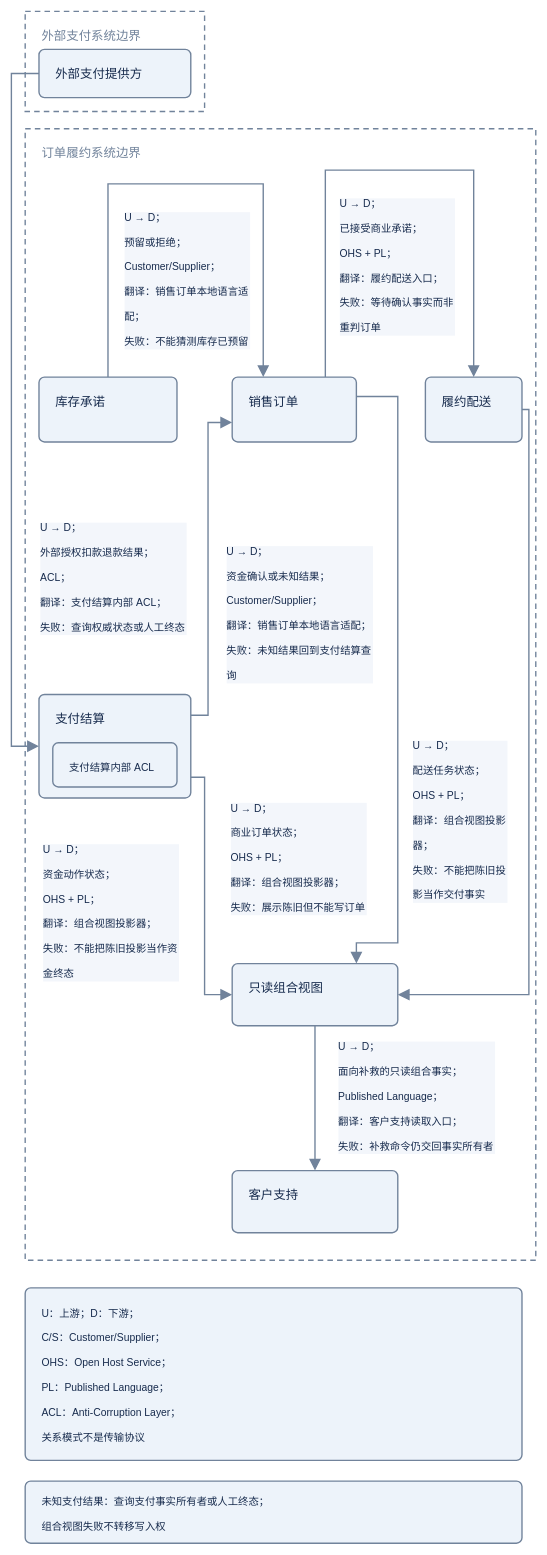
This is diagrams/ddd-01-strategic-ddd-context-map.drawio from sealday/tego-arch, a draw.io file, before an edit. Source tidied: cells renumbered, new cells numbered last; positions are measured from the earlier drawing's top-left corner, leaving out a move shared by most shapes. Both pictures are drawn from the tidied source at 69%, with x=0, y=0 at pixel (11, 11).
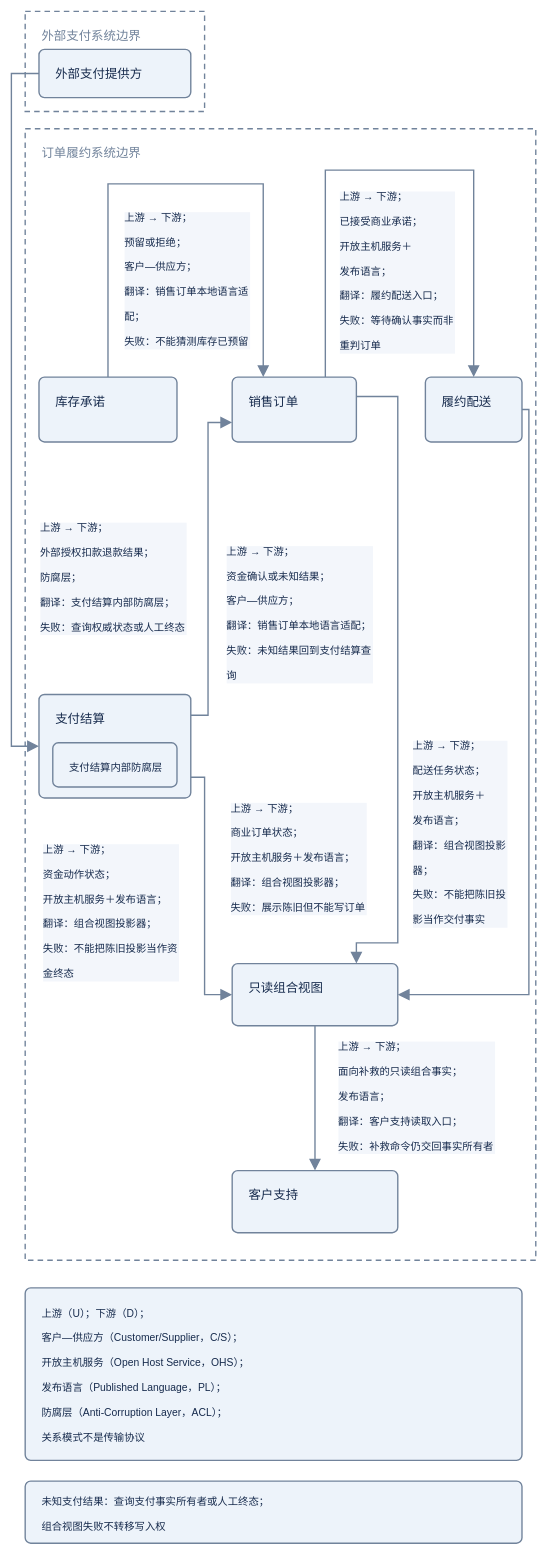
The same page after the edit.

The change refers to these unchanged cells:
```xml
<mxCell id="12" value="销售订单" style="fontFamily=Noto Sans SC;fontColor=#172b4d;fontSize=18;html=0;whiteSpace=nowrap;rounded=1;arcSize=16;strokeColor=#71839b;strokeWidth=2;fillColor=#edf3fa;align=left;verticalAlign=top;spacingLeft=24;spacingTop=20;shape=rectangle;convertToSvg=1;fontStyle=0;spacing=0;spacingRight=24;spacingBottom=14;absoluteArcSize=1;" parent="1" vertex="1">
  <mxGeometry x="320" y="530" width="180" height="94" as="geometry" />
</mxCell>
<mxCell id="13" value="库存承诺" style="fontFamily=Noto Sans SC;fontColor=#172b4d;fontSize=18;html=0;whiteSpace=nowrap;rounded=1;arcSize=16;strokeColor=#71839b;strokeWidth=2;fillColor=#edf3fa;align=left;verticalAlign=top;spacingLeft=24;spacingTop=20;shape=rectangle;convertToSvg=1;fontStyle=0;spacing=0;spacingRight=24;spacingBottom=14;absoluteArcSize=1;" parent="1" vertex="1">
  <mxGeometry x="40" y="530" width="200" height="94" as="geometry" />
</mxCell>
<mxCell id="14" value="支付结算" style="fontFamily=Noto Sans SC;fontColor=#172b4d;fontSize=18;html=0;whiteSpace=nowrap;rounded=1;arcSize=16;strokeColor=#71839b;strokeWidth=2;fillColor=#edf3fa;align=left;verticalAlign=top;spacingLeft=24;spacingTop=20;shape=rectangle;convertToSvg=1;fontStyle=0;spacing=0;spacingRight=24;spacingBottom=14;absoluteArcSize=1;" parent="1" vertex="1">
  <mxGeometry x="40" y="990" width="220" height="150" as="geometry" />
</mxCell>
<mxCell id="15" value="履约配送" style="fontFamily=Noto Sans SC;fontColor=#172b4d;fontSize=18;html=0;whiteSpace=nowrap;rounded=1;arcSize=16;strokeColor=#71839b;strokeWidth=2;fillColor=#edf3fa;align=left;verticalAlign=top;spacingLeft=24;spacingTop=20;shape=rectangle;convertToSvg=1;fontStyle=0;spacing=0;spacingRight=24;spacingBottom=14;absoluteArcSize=1;" parent="1" vertex="1">
  <mxGeometry x="600" y="530" width="140" height="94" as="geometry" />
</mxCell>
<mxCell id="16" value="客户支持" style="fontFamily=Noto Sans SC;fontColor=#172b4d;fontSize=18;html=0;whiteSpace=nowrap;rounded=1;arcSize=16;strokeColor=#71839b;strokeWidth=2;fillColor=#edf3fa;align=left;verticalAlign=top;spacingLeft=24;spacingTop=20;shape=rectangle;convertToSvg=1;fontStyle=0;spacing=0;spacingRight=24;spacingBottom=14;absoluteArcSize=1;" parent="1" vertex="1">
  <mxGeometry x="320" y="1680" width="240" height="90" as="geometry" />
</mxCell>
<mxCell id="17" value="只读组合视图" style="fontFamily=Noto Sans SC;fontColor=#172b4d;fontSize=18;html=0;whiteSpace=nowrap;rounded=1;arcSize=16;strokeColor=#71839b;strokeWidth=2;fillColor=#edf3fa;align=left;verticalAlign=top;spacingLeft=24;spacingTop=20;shape=rectangle;convertToSvg=1;fontStyle=0;spacing=0;spacingRight=24;spacingBottom=14;absoluteArcSize=1;" parent="1" vertex="1">
  <mxGeometry x="320" y="1380" width="240" height="90" as="geometry" />
</mxCell>
<mxCell id="18" value="外部支付提供方" style="fontFamily=Noto Sans SC;fontColor=#172b4d;fontSize=18;html=0;whiteSpace=nowrap;rounded=1;arcSize=16;strokeColor=#71839b;strokeWidth=2;fillColor=#edf3fa;align=left;verticalAlign=top;spacingLeft=24;spacingTop=20;shape=rectangle;convertToSvg=1;fontStyle=0;spacing=0;spacingRight=24;spacingBottom=14;absoluteArcSize=1;" parent="1" vertex="1">
  <mxGeometry x="40" y="55" width="220" height="70" as="geometry" />
</mxCell>
```

Change to the diagram source:
```diff
@@
-    <mxCell id="4" value="U → D；&#10;&#10;预留或拒绝；&#10;&#10;Customer/Supplier；&#10;&#10;翻译：销售订单本地语言适&#10;&#10;配；&#10;&#10;失败：不能猜测库存已预留" style="html=0;whiteSpace=nowrap;fontFamily=Noto Sans SC;fontSize=15;fontColor=#172b4d;labelBackgroundColor=#f3f6fb;align=left;verticalAlign=top;labelWidth=185;endArrow=block;startArrow=none;endFill=1;endSize=12;strokeColor=#71839b;strokeWidth=2;exitX=0.5;exitY=0;entryX=0.25;entryY=0;rounded=0;shape=connector;convertToSvg=1;fontStyle=0;spacing=0;spacingLeft=0;spacingTop=0;spacingRight=0;spacingBottom=0;labelPadding=7;" parent="1" edge="1" source="13" target="12">
+    <mxCell id="4" value="上游 → 下游；&#10;&#10;预留或拒绝；&#10;&#10;客户—供应方；&#10;&#10;翻译：销售订单本地语言适&#10;&#10;配；&#10;&#10;失败：不能猜测库存已预留" style="html=0;whiteSpace=nowrap;fontFamily=Noto Sans SC;fontSize=15;fontColor=#172b4d;labelBackgroundColor=#f3f6fb;align=left;verticalAlign=top;labelWidth=185;endArrow=block;startArrow=none;endFill=1;endSize=12;strokeColor=#71839b;strokeWidth=2;exitX=0.5;exitY=0;entryX=0.25;entryY=0;rounded=0;shape=connector;convertToSvg=1;fontStyle=0;spacing=0;spacingLeft=0;spacingTop=0;spacingRight=0;spacingBottom=0;labelPadding=7;" parent="1" edge="1" source="13" target="12">
       <mxGeometry relative="1" as="geometry">
         <Array as="points">
           <mxPoint x="140" y="250" />
           <mxPoint x="365" y="250" />
         </Array>
         <mxPoint x="-89" y="35" as="offset" />
       </mxGeometry>
     </mxCell>
-    <mxCell id="5" value="U → D；&#10;&#10;资金确认或未知结果；&#10;&#10;Customer/Supplier；&#10;&#10;翻译：销售订单本地语言适配；&#10;&#10;失败：未知结果回到支付结算查&#10;&#10;询" style="html=0;whiteSpace=nowrap;fontFamily=Noto Sans SC;fontSize=15;fontColor=#172b4d;labelBackgroundColor=#f3f6fb;align=left;verticalAlign=top;labelWidth=214;endArrow=block;startArrow=none;endFill=1;endSize=12;strokeColor=#71839b;strokeWidth=2;exitX=1;exitY=0.2;entryX=0;entryY=0.7;rounded=0;shape=connector;convertToSvg=1;fontStyle=0;spacing=0;spacingLeft=0;spacingTop=0;spacingRight=0;spacingBottom=0;labelPadding=7;" parent="1" edge="1" source="14" target="12">
+    <mxCell id="5" value="上游 → 下游；&#10;&#10;资金确认或未知结果；&#10;&#10;客户—供应方；&#10;&#10;翻译：销售订单本地语言适配；&#10;&#10;失败：未知结果回到支付结算查&#10;&#10;询" style="html=0;whiteSpace=nowrap;fontFamily=Noto Sans SC;fontSize=15;fontColor=#172b4d;labelBackgroundColor=#f3f6fb;align=left;verticalAlign=top;labelWidth=214;endArrow=block;startArrow=none;endFill=1;endSize=12;strokeColor=#71839b;strokeWidth=2;exitX=1;exitY=0.2;entryX=0;entryY=0.7;rounded=0;shape=connector;convertToSvg=1;fontStyle=0;spacing=0;spacingLeft=0;spacingTop=0;spacingRight=0;spacingBottom=0;labelPadding=7;" parent="1" edge="1" source="14" target="12">
       <mxGeometry relative="1" as="geometry">
         <Array as="points">
           <mxPoint x="285" y="1020" />
           <mxPoint x="285" y="595.8" />
         </Array>
         <mxPoint x="27" y="-34" as="offset" />
       </mxGeometry>
     </mxCell>
-    <mxCell id="6" value="U → D；&#10;&#10;已接受商业承诺；&#10;&#10;OHS + PL；&#10;&#10;翻译：履约配送入口；&#10;&#10;失败：等待确认事实而非&#10;&#10;重判订单" style="html=0;whiteSpace=nowrap;fontFamily=Noto Sans SC;fontSize=15;fontColor=#172b4d;labelBackgroundColor=#f3f6fb;align=left;verticalAlign=top;labelWidth=170;endArrow=block;startArrow=none;endFill=1;endSize=12;strokeColor=#71839b;strokeWidth=2;exitX=0.75;exitY=0;entryX=0.5;entryY=0;rounded=0;shape=connector;convertToSvg=1;fontStyle=0;spacing=0;spacingLeft=0;spacingTop=0;spacingRight=0;spacingBottom=0;labelPadding=7;" parent="1" edge="1" source="12" target="15">
+    <mxCell id="6" value="上游 → 下游；&#10;&#10;已接受商业承诺；&#10;&#10;开放主机服务＋&#10;&#10;发布语言；&#10;&#10;翻译：履约配送入口；&#10;&#10;失败：等待确认事实而非&#10;&#10;重判订单" style="html=0;whiteSpace=nowrap;fontFamily=Noto Sans SC;fontSize=15;fontColor=#172b4d;labelBackgroundColor=#f3f6fb;align=left;verticalAlign=top;labelWidth=170;endArrow=block;startArrow=none;endFill=1;endSize=12;strokeColor=#71839b;strokeWidth=2;exitX=0.75;exitY=0;entryX=0.5;entryY=0;rounded=0;shape=connector;convertToSvg=1;fontStyle=0;spacing=0;spacingLeft=0;spacingTop=0;spacingRight=0;spacingBottom=0;labelPadding=7;" parent="1" edge="1" source="12" target="15">
       <mxGeometry relative="1" as="geometry">
         <Array as="points">
           <mxPoint x="455" y="230" />
           <mxPoint x="670" y="230" />
         </Array>
-        <mxPoint x="-87" y="35" as="offset" />
+        <mxPoint x="-87" y="25" as="offset" />
       </mxGeometry>
     </mxCell>
-    <mxCell id="7" value="U → D；&#10;&#10;外部授权扣款退款结果；&#10;&#10;ACL；&#10;&#10;翻译：支付结算内部 ACL；&#10;&#10;失败：查询权威状态或人工终态" style="html=0;whiteSpace=nowrap;fontFamily=Noto Sans SC;fontSize=15;fontColor=#172b4d;labelBackgroundColor=#f3f6fb;align=left;verticalAlign=top;labelWidth=215;endArrow=block;startArrow=none;endFill=1;endSize=12;strokeColor=#71839b;strokeWidth=2;exitX=0;exitY=0.5;entryX=0;entryY=0.5;rounded=0;shape=connector;convertToSvg=1;fontStyle=0;spacing=0;spacingLeft=0;spacingTop=0;spacingRight=0;spacingBottom=0;labelPadding=7;" parent="1" edge="1" source="18" target="14">
+    <mxCell id="7" value="上游 → 下游；&#10;&#10;外部授权扣款退款结果；&#10;&#10;防腐层；&#10;&#10;翻译：支付结算内部防腐层；&#10;&#10;失败：查询权威状态或人工终态" style="html=0;whiteSpace=nowrap;fontFamily=Noto Sans SC;fontSize=15;fontColor=#172b4d;labelBackgroundColor=#f3f6fb;align=left;verticalAlign=top;labelWidth=215;endArrow=block;startArrow=none;endFill=1;endSize=12;strokeColor=#71839b;strokeWidth=2;exitX=0;exitY=0.5;entryX=0;entryY=0.5;rounded=0;shape=connector;convertToSvg=1;fontStyle=0;spacing=0;spacingLeft=0;spacingTop=0;spacingRight=0;spacingBottom=0;labelPadding=7;" parent="1" edge="1" source="18" target="14">
       <mxGeometry relative="1" as="geometry">
         <Array as="points">
           <mxPoint y="90" />
           <mxPoint y="1065" />
         </Array>
         <mxPoint x="42" y="157" as="offset" />
       </mxGeometry>
     </mxCell>
-    <mxCell id="8" value="U → D；&#10;&#10;商业订单状态；&#10;&#10;OHS + PL；&#10;&#10;翻译：组合视图投影器；&#10;&#10;失败：展示陈旧但不能写订单" style="html=0;whiteSpace=nowrap;fontFamily=Noto Sans SC;fontSize=15;fontColor=#172b4d;labelBackgroundColor=#f3f6fb;align=left;verticalAlign=top;labelWidth=210;endArrow=block;startArrow=none;endFill=1;endSize=12;strokeColor=#71839b;strokeWidth=2;exitX=1;exitY=0.3;entryX=0.75;entryY=0;rounded=0;shape=connector;convertToSvg=1;fontStyle=0;spacing=0;spacingLeft=0;spacingTop=0;spacingRight=0;spacingBottom=0;labelPadding=7;" parent="1" edge="1" source="12" target="17">
+    <mxCell id="8" value="上游 → 下游；&#10;&#10;商业订单状态；&#10;&#10;开放主机服务＋发布语言；&#10;&#10;翻译：组合视图投影器；&#10;&#10;失败：展示陈旧但不能写订单" style="html=0;whiteSpace=nowrap;fontFamily=Noto Sans SC;fontSize=15;fontColor=#172b4d;labelBackgroundColor=#f3f6fb;align=left;verticalAlign=top;labelWidth=210;endArrow=block;startArrow=none;endFill=1;endSize=12;strokeColor=#71839b;strokeWidth=2;exitX=1;exitY=0.3;entryX=0.75;entryY=0;rounded=0;shape=connector;convertToSvg=1;fontStyle=0;spacing=0;spacingLeft=0;spacingTop=0;spacingRight=0;spacingBottom=0;labelPadding=7;" parent="1" edge="1" source="12" target="17">
       <mxGeometry relative="1" as="geometry">
         <Array as="points">
           <mxPoint x="560" y="558.2" />
           <mxPoint x="560" y="1350" />
           <mxPoint x="500" y="1350" />
         </Array>
         <mxPoint x="-242" y="172" as="offset" />
       </mxGeometry>
     </mxCell>
-    <mxCell id="9" value="U → D；&#10;&#10;资金动作状态；&#10;&#10;OHS + PL；&#10;&#10;翻译：组合视图投影器；&#10;&#10;失败：不能把陈旧投影当作资&#10;&#10;金终态" style="html=0;whiteSpace=nowrap;fontFamily=Noto Sans SC;fontSize=15;fontColor=#172b4d;labelBackgroundColor=#f3f6fb;align=left;verticalAlign=top;labelWidth=208;endArrow=block;startArrow=none;endFill=1;endSize=12;strokeColor=#71839b;strokeWidth=2;exitX=1;exitY=0.8;entryX=0;entryY=0.5;rounded=0;shape=connector;convertToSvg=1;fontStyle=0;spacing=0;spacingLeft=0;spacingTop=0;spacingRight=0;spacingBottom=0;labelPadding=7;" parent="1" edge="1" source="14" target="17">
+    <mxCell id="9" value="上游 → 下游；&#10;&#10;资金动作状态；&#10;&#10;开放主机服务＋发布语言；&#10;&#10;翻译：组合视图投影器；&#10;&#10;失败：不能把陈旧投影当作资&#10;&#10;金终态" style="html=0;whiteSpace=nowrap;fontFamily=Noto Sans SC;fontSize=15;fontColor=#172b4d;labelBackgroundColor=#f3f6fb;align=left;verticalAlign=top;labelWidth=208;endArrow=block;startArrow=none;endFill=1;endSize=12;strokeColor=#71839b;strokeWidth=2;exitX=1;exitY=0.8;entryX=0;entryY=0.5;rounded=0;shape=connector;convertToSvg=1;fontStyle=0;spacing=0;spacingLeft=0;spacingTop=0;spacingRight=0;spacingBottom=0;labelPadding=7;" parent="1" edge="1" source="14" target="17">
       <mxGeometry relative="1" as="geometry">
         <Array as="points">
           <mxPoint x="280" y="1110" />
           <mxPoint x="280" y="1425" />
         </Array>
         <mxPoint x="-234" y="-77" as="offset" />
       </mxGeometry>
     </mxCell>
-    <mxCell id="10" value="U → D；&#10;&#10;配送任务状态；&#10;&#10;OHS + PL；&#10;&#10;翻译：组合视图投影&#10;&#10;器；&#10;&#10;失败：不能把陈旧投&#10;&#10;影当作交付事实" style="html=0;whiteSpace=nowrap;fontFamily=Noto Sans SC;fontSize=15;fontColor=#172b4d;labelBackgroundColor=#f3f6fb;align=left;verticalAlign=top;labelWidth=140;endArrow=block;startArrow=none;endFill=1;endSize=12;strokeColor=#71839b;strokeWidth=2;exitX=1;exitY=0.5;entryX=1;entryY=0.5;rounded=0;shape=connector;convertToSvg=1;fontStyle=0;spacing=0;spacingLeft=0;spacingTop=0;spacingRight=0;spacingBottom=0;labelPadding=7;" parent="1" edge="1" source="15" target="17">
+    <mxCell id="10" value="上游 → 下游；&#10;&#10;配送任务状态；&#10;&#10;开放主机服务＋&#10;&#10;发布语言；&#10;&#10;翻译：组合视图投影&#10;&#10;器；&#10;&#10;失败：不能把陈旧投&#10;&#10;影当作交付事实" style="html=0;whiteSpace=nowrap;fontFamily=Noto Sans SC;fontSize=15;fontColor=#172b4d;labelBackgroundColor=#f3f6fb;align=left;verticalAlign=top;labelWidth=140;endArrow=block;startArrow=none;endFill=1;endSize=12;strokeColor=#71839b;strokeWidth=2;exitX=1;exitY=0.5;entryX=1;entryY=0.5;rounded=0;shape=connector;convertToSvg=1;fontStyle=0;spacing=0;spacingLeft=0;spacingTop=0;spacingRight=0;spacingBottom=0;labelPadding=7;" parent="1" edge="1" source="15" target="17">
       <mxGeometry relative="1" as="geometry">
         <Array as="points">
           <mxPoint x="750" y="577" />
           <mxPoint x="750" y="1425" />
         </Array>
         <mxPoint x="-168" y="-40" as="offset" />
       </mxGeometry>
     </mxCell>
-    <mxCell id="11" value="U → D；&#10;&#10;面向补救的只读组合事实；&#10;&#10;Published Language；&#10;&#10;翻译：客户支持读取入口；&#10;&#10;失败：补救命令仍交回事实所有者" style="html=0;whiteSpace=nowrap;fontFamily=Noto Sans SC;fontSize=15;fontColor=#172b4d;labelBackgroundColor=#f3f6fb;align=left;verticalAlign=top;labelWidth=248;endArrow=block;startArrow=none;endFill=1;endSize=12;strokeColor=#71839b;strokeWidth=2;exitX=0.5;exitY=1;entryX=0.5;entryY=0;rounded=0;shape=connector;convertToSvg=1;fontStyle=0;spacing=0;spacingLeft=0;spacingTop=0;spacingRight=0;spacingBottom=0;labelPadding=7;" parent="1" edge="1" source="17" target="16">
+    <mxCell id="11" value="上游 → 下游；&#10;&#10;面向补救的只读组合事实；&#10;&#10;发布语言；&#10;&#10;翻译：客户支持读取入口；&#10;&#10;失败：补救命令仍交回事实所有者" style="html=0;whiteSpace=nowrap;fontFamily=Noto Sans SC;fontSize=15;fontColor=#172b4d;labelBackgroundColor=#f3f6fb;align=left;verticalAlign=top;labelWidth=248;endArrow=block;startArrow=none;endFill=1;endSize=12;strokeColor=#71839b;strokeWidth=2;exitX=0.5;exitY=1;entryX=0.5;entryY=0;rounded=0;shape=connector;convertToSvg=1;fontStyle=0;spacing=0;spacingLeft=0;spacingTop=0;spacingRight=0;spacingBottom=0;labelPadding=7;" parent="1" edge="1" source="17" target="16">
       <mxGeometry relative="1" as="geometry">
         <Array as="points">
           <mxPoint x="440" y="1570" />
         </Array>
         <mxPoint x="34" y="-88" as="offset" />
       </mxGeometry>
     </mxCell>
@@
-    <mxCell id="19" value="支付结算内部 ACL" style="fontFamily=Noto Sans SC;fontColor=#172b4d;fontSize=15;html=0;whiteSpace=nowrap;rounded=1;arcSize=16;strokeColor=#71839b;strokeWidth=2;fillColor=#edf3fa;align=left;verticalAlign=top;spacingLeft=24;spacingTop=23;shape=rectangle;convertToSvg=1;fontStyle=0;spacing=0;spacingRight=24;spacingBottom=14;absoluteArcSize=1;" parent="1" vertex="1">
+    <mxCell id="19" value="支付结算内部防腐层" style="fontFamily=Noto Sans SC;fontColor=#172b4d;fontSize=15;html=0;whiteSpace=nowrap;rounded=1;arcSize=16;strokeColor=#71839b;strokeWidth=2;fillColor=#edf3fa;align=left;verticalAlign=top;spacingLeft=24;spacingTop=23;shape=rectangle;convertToSvg=1;fontStyle=0;spacing=0;spacingRight=24;spacingBottom=14;absoluteArcSize=1;" parent="1" vertex="1">
       <mxGeometry x="60" y="1060" width="180" height="64" as="geometry" />
     </mxCell>
-    <mxCell id="20" value="U：上游；D：下游；&#10;&#10;C/S：Customer/Supplier；&#10;&#10;OHS：Open Host Service；&#10;&#10;PL：Published Language；&#10;&#10;ACL：Anti-Corruption Layer；&#10;&#10;关系模式不是传输协议" style="fontFamily=Noto Sans SC;fontColor=#172b4d;fontSize=15;html=0;whiteSpace=nowrap;rounded=1;arcSize=16;strokeColor=#71839b;strokeWidth=2;fillColor=#edf3fa;align=left;verticalAlign=top;spacingLeft=24;spacingTop=23;shape=rectangle;convertToSvg=1;fontStyle=0;spacing=0;spacingRight=24;spacingBottom=14;absoluteArcSize=1;" parent="1" vertex="1">
+    <mxCell id="20" value="上游（U）；下游（D）；&#10;&#10;客户—供应方（Customer/Supplier，C/S）；&#10;&#10;开放主机服务（Open Host Service，OHS）；&#10;&#10;发布语言（Published Language，PL）；&#10;&#10;防腐层（Anti-Corruption Layer，ACL）；&#10;&#10;关系模式不是传输协议" style="fontFamily=Noto Sans SC;fontColor=#172b4d;fontSize=15;html=0;whiteSpace=nowrap;rounded=1;arcSize=16;strokeColor=#71839b;strokeWidth=2;fillColor=#edf3fa;align=left;verticalAlign=top;spacingLeft=24;spacingTop=23;shape=rectangle;convertToSvg=1;fontStyle=0;spacing=0;spacingRight=24;spacingBottom=14;absoluteArcSize=1;" parent="1" vertex="1">
       <mxGeometry x="20" y="1850" width="720" height="250" as="geometry" />
     </mxCell>
```
